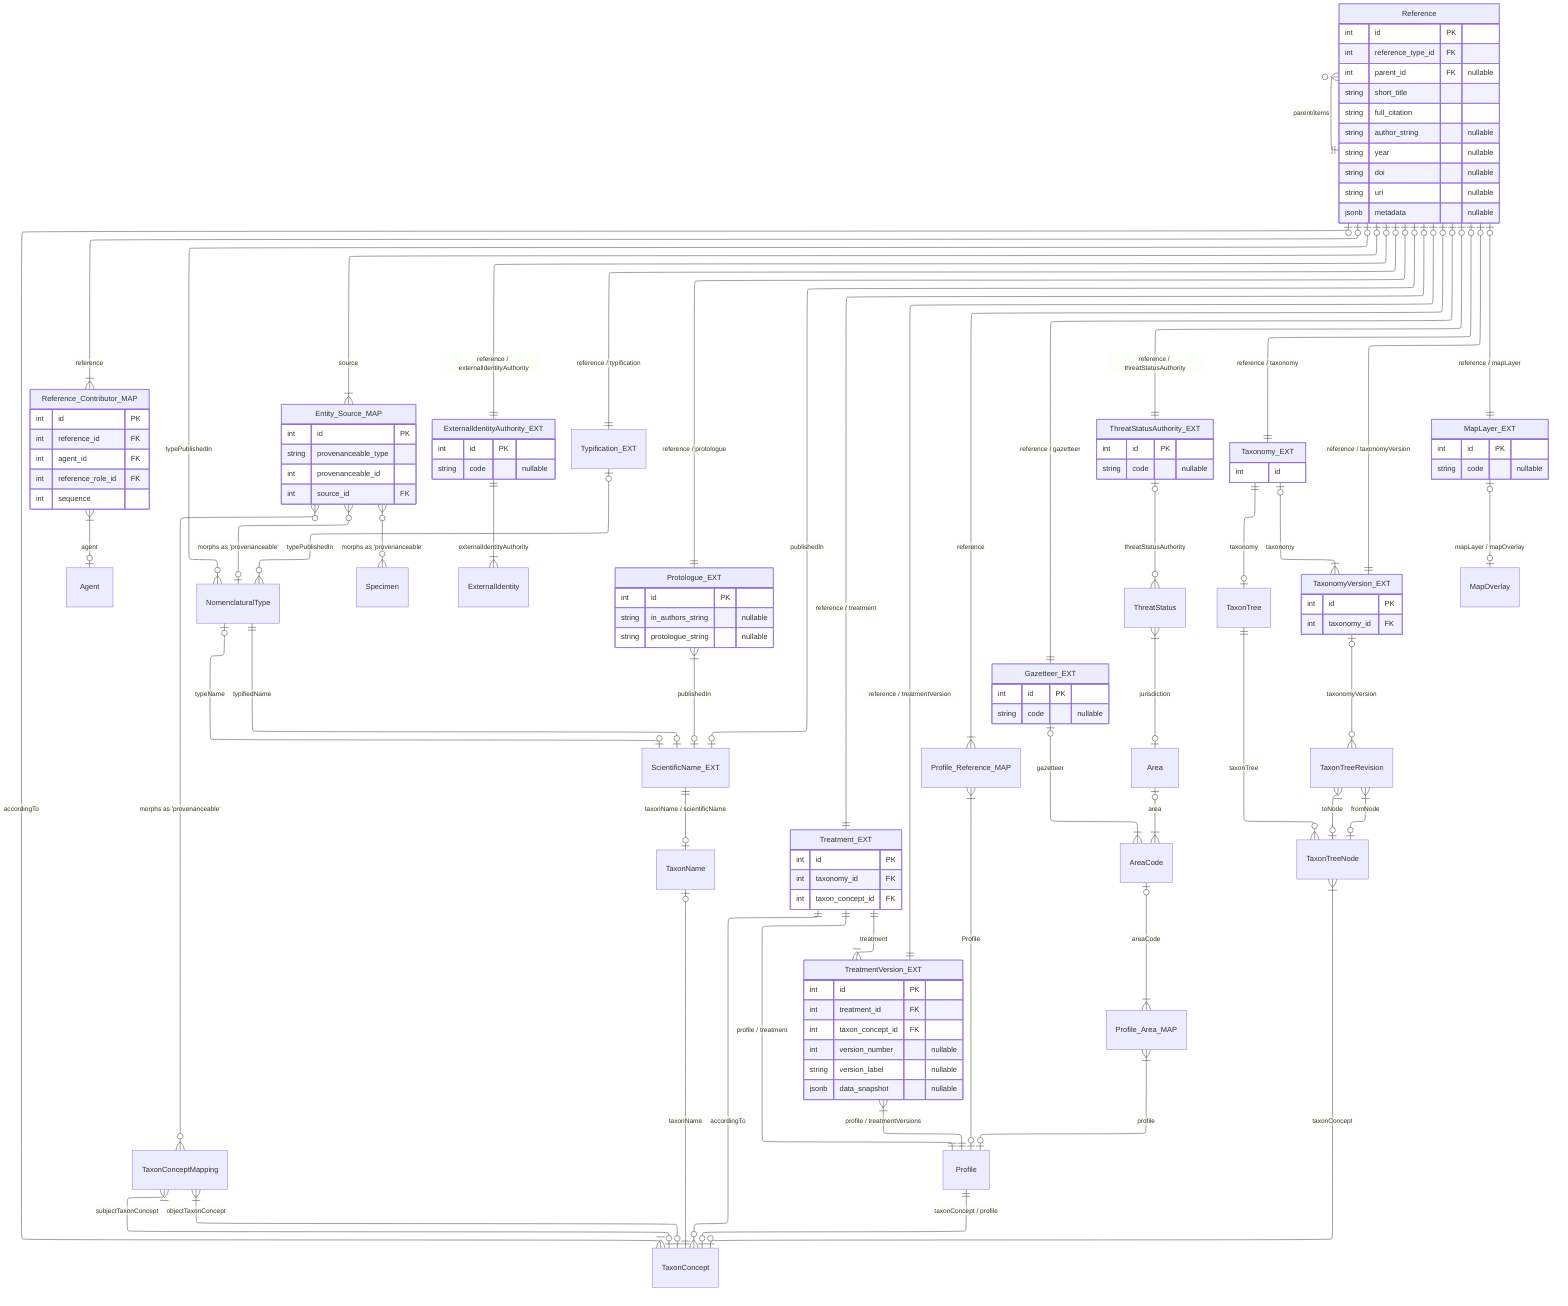
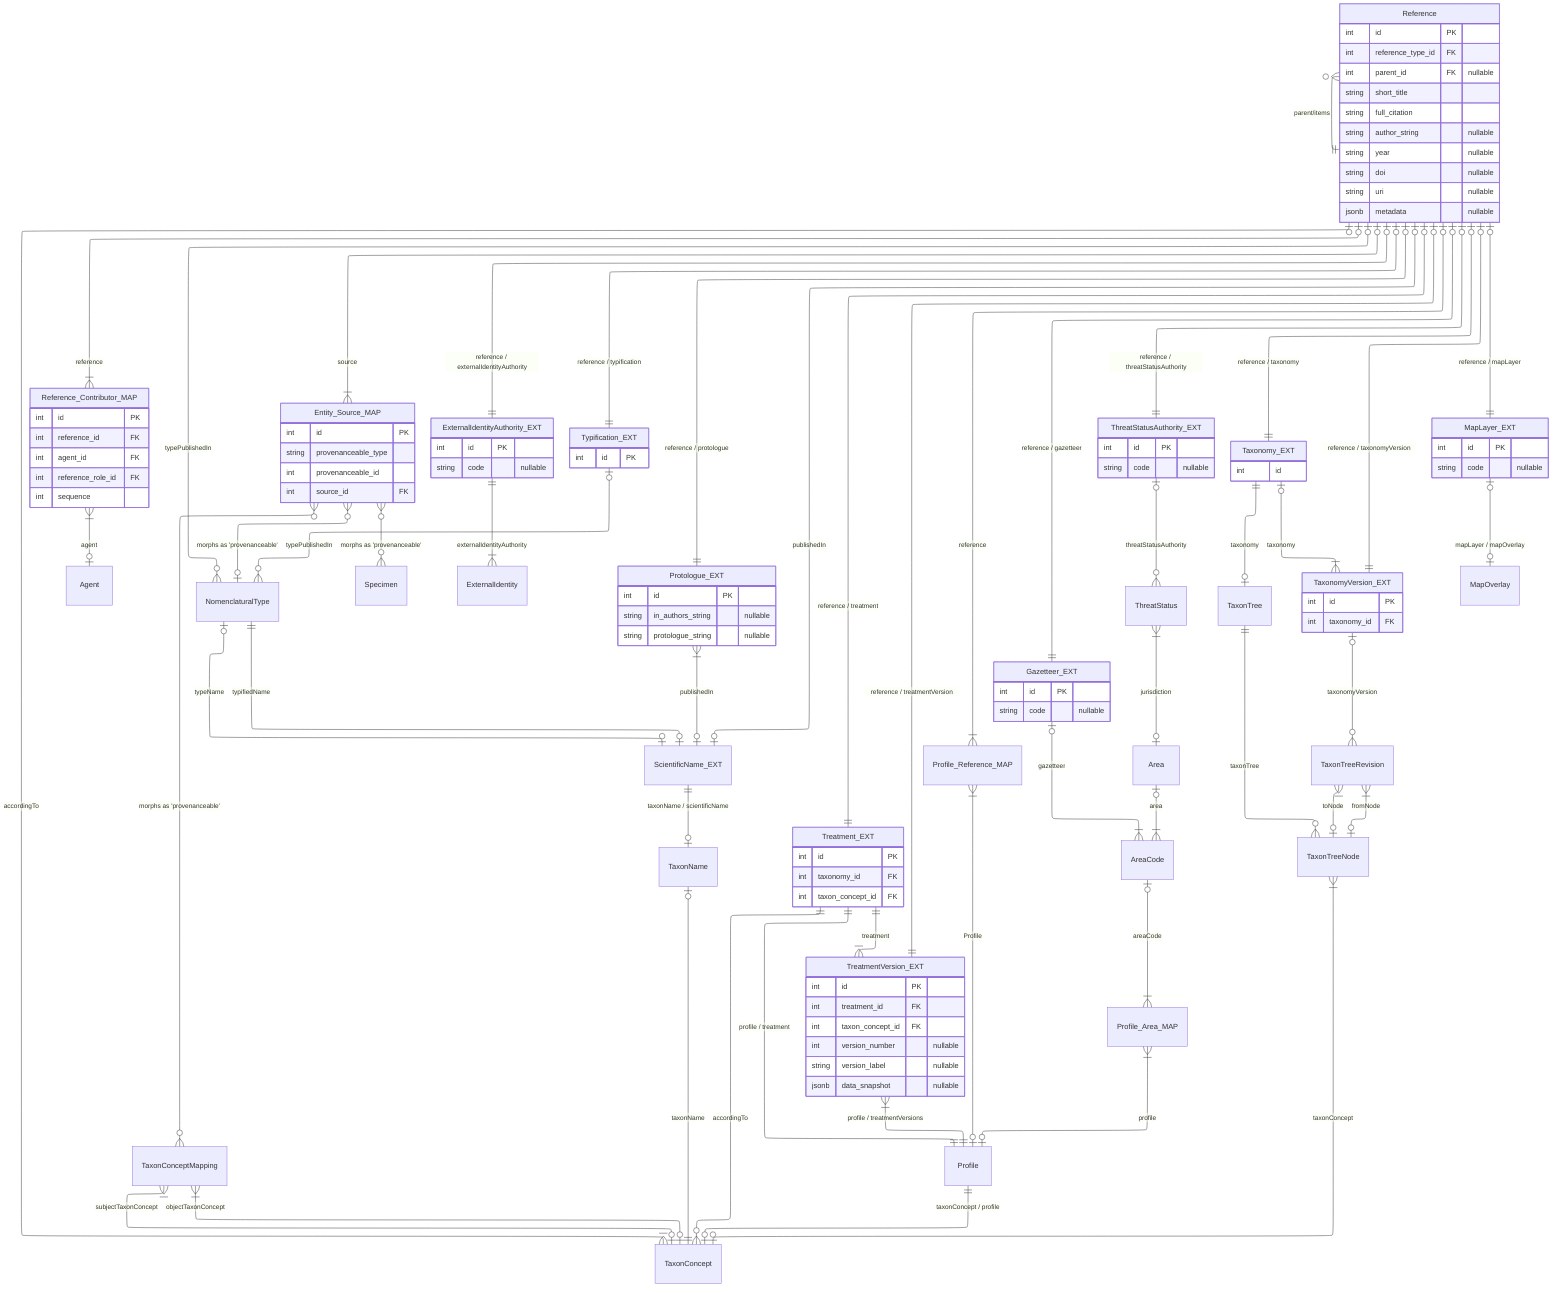
---
config:
  layout: elk
---
erDiagram
  Reference }o--|| Reference : "parent/items"
  Reference |o--|{ Reference_Contributor_MAP : reference
  Reference_Contributor_MAP }|--o| Agent : agent

  Reference |o--|{ Entity_Source_MAP : "source"
  Entity_Source_MAP }o--o| NomenclaturalType : "morphs as 'provenanceable'"
  Entity_Source_MAP }o--o{ TaxonConceptMapping : "morphs as 'provenanceable'"
  Entity_Source_MAP }o--o{ Specimen : "morphs as 'provenanceable'"

  Reference |o--|{ Profile_Reference_MAP : reference
  Profile_Reference_MAP }|--o| Profile : Profile

  Reference |o--|| ExternalIdentityAuthority_EXT : "reference / externalIdentityAuthority"
  ExternalIdentityAuthority_EXT ||--|{ ExternalIdentity : "externalIdentityAuthority"

  Reference |o--|| Protologue_EXT : "reference / protologue"
  Protologue_EXT }|--o| ScientificName_EXT : "publishedIn"
  Reference |o--o| ScientificName_EXT : "publishedIn"
  ScientificName_EXT ||--o| TaxonName : "taxonName / scientificName"
  TaxonName |o--|| TaxonConcept : "taxonName"

  Reference |o--o{ NomenclaturalType : "typePublishedIn"
  Reference |o--|| Typification_EXT : "reference / typification"
  Typification_EXT |o--o{ NomenclaturalType : "typePublishedIn"
  NomenclaturalType ||--o| ScientificName_EXT : "typifiedName"
  NomenclaturalType |o--o| ScientificName_EXT : "typeName"

  Reference |o--|| Treatment_EXT : "reference / treatment"
  Treatment_EXT ||--o{ TaxonConcept : "accordingTo"
  Reference |o--|| TreatmentVersion_EXT : "reference / treatmentVersion"
  Treatment_EXT ||--|| Profile : "profile / treatment"
  TreatmentVersion_EXT }|--|| Profile : "profile / treatmentVersions"
  Treatment_EXT ||--|{ TreatmentVersion_EXT : "treatment"
  Profile ||--o| TaxonConcept : "taxonConcept / profile"

  Reference |o--|| ThreatStatusAuthority_EXT : "reference / threatStatusAuthority"
  Reference |o--|| Gazetteer_EXT : "reference / gazetteer"
  Gazetteer_EXT |o--|{ AreaCode : "gazetteer"
  AreaCode |o--|{ Profile_Area_MAP : "areaCode"
  Area |o--|{ AreaCode : "area"
  ThreatStatusAuthority_EXT |o--o{ ThreatStatus : "threatStatusAuthority"
  ThreatStatus }|--o| Area : jurisdiction
  Profile_Area_MAP }|--o| Profile : "profile"

  TaxonConceptMapping }|--o| TaxonConcept : "subjectTaxonConcept"
  TaxonConceptMapping }|--o| TaxonConcept : "objectTaxonConcept"

  Reference |o--|| Taxonomy_EXT : "reference / taxonomy"
  Taxonomy_EXT ||--o| TaxonTree : "taxonomy"

  Reference |o--|| TaxonomyVersion_EXT : "reference / taxonomyVersion"
  TaxonomyVersion_EXT |o--o{ TaxonTreeRevision : "taxonomyVersion"
  TaxonTreeRevision }|--o| TaxonTreeNode : "fromNode"
  TaxonTreeRevision }|--o| TaxonTreeNode : "toNode"
  TaxonTreeNode }|--o| TaxonConcept : "taxonConcept"
  TaxonTree ||--o{ TaxonTreeNode : "taxonTree"
  Taxonomy_EXT |o--|{ TaxonomyVersion_EXT : "taxonomy"

  Reference |o--|{ TaxonConcept : "accordingTo"

  Reference |o--|| MapLayer_EXT : "reference / mapLayer"
  MapLayer_EXT |o--o| MapOverlay : "mapLayer / mapOverlay"

  Reference {
    int id PK
    int reference_type_id FK
    int parent_id FK "nullable"
    string short_title
    string full_citation
    string author_string "nullable"
    string year "nullable"
    string doi "nullable"
    string uri "nullable"
    jsonb metadata "nullable"
  }

  Taxonomy_EXT {
    int id
  }

  TaxonomyVersion_EXT {
    int id PK
    int taxonomy_id FK
  }

  Treatment_EXT {
    int id PK
    int taxonomy_id FK
    int taxon_concept_id FK
  }

  TreatmentVersion_EXT {
    int id PK
    int treatment_id FK
    int taxon_concept_id FK
    int version_number "nullable"
    string version_label "nullable"
    jsonb data_snapshot "nullable"
  }

  Protologue_EXT {
    int id PK
    string in_authors_string "nullable"
    string protologue_string "nullable"
  }

+   Typification_EXT {
+     int id PK
+   }
+ 
  Gazetteer_EXT {
    int id PK
    string code "nullable"
  }

  ThreatStatusAuthority_EXT {
    int id PK
    string code "nullable"
  }

  ExternalIdentityAuthority_EXT {
    int id PK
    string code "nullable"
  }

  MapLayer_EXT {
    int id PK
    string code "nullable"
  }

  Reference_Contributor_MAP {
    int id PK
    int reference_id FK
    int agent_id FK
    int reference_role_id FK
    int sequence
  }

  Entity_Source_MAP {
    int id PK
    string provenanceable_type
    int provenanceable_id
    int source_id FK
  }